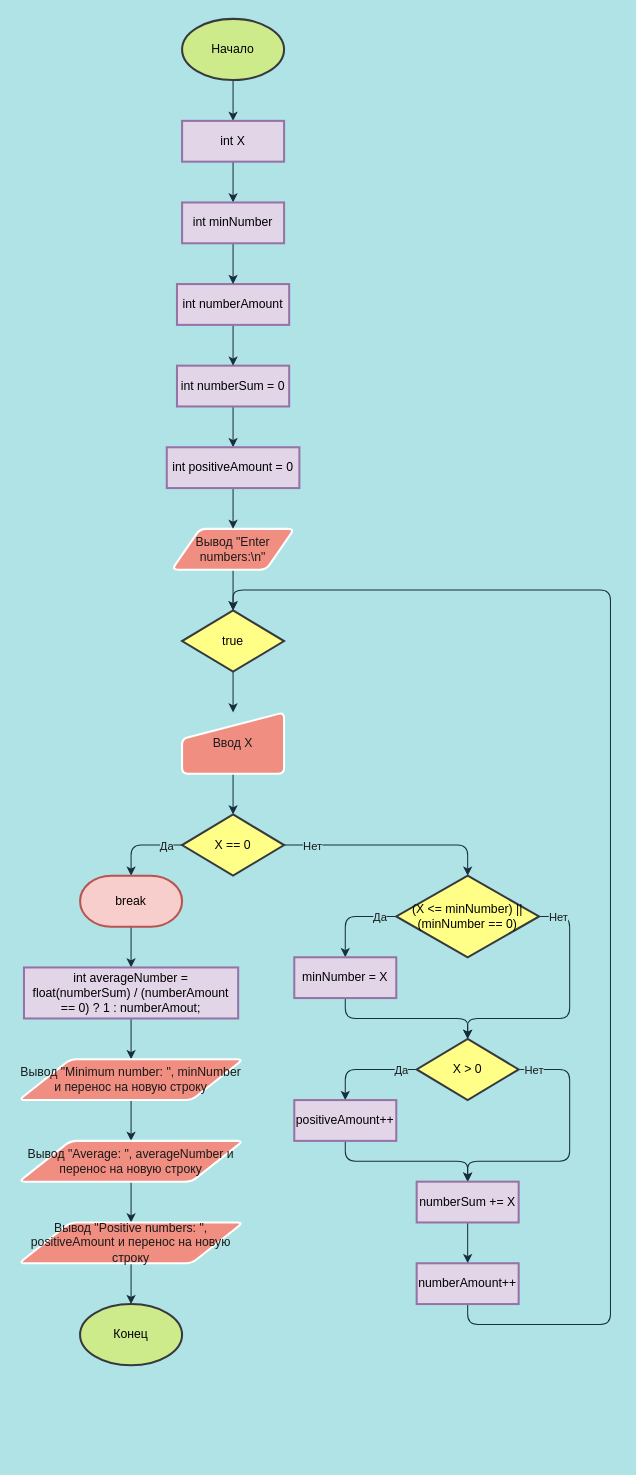
Before: page "Лабораторная работа №2" (2 of 4) of flowcharts_for_labs.drawio in MoonFoxy/Programming_labs, a draw.io diagram. Source tidied: cells renumbered, new cells numbered last; positions are measured from the earlier drawing's top-left corner, leaving out a move shared by most shapes. Both pictures are drawn from the tidied source at 102%, with x=0, y=0 at pixel (18, 18).
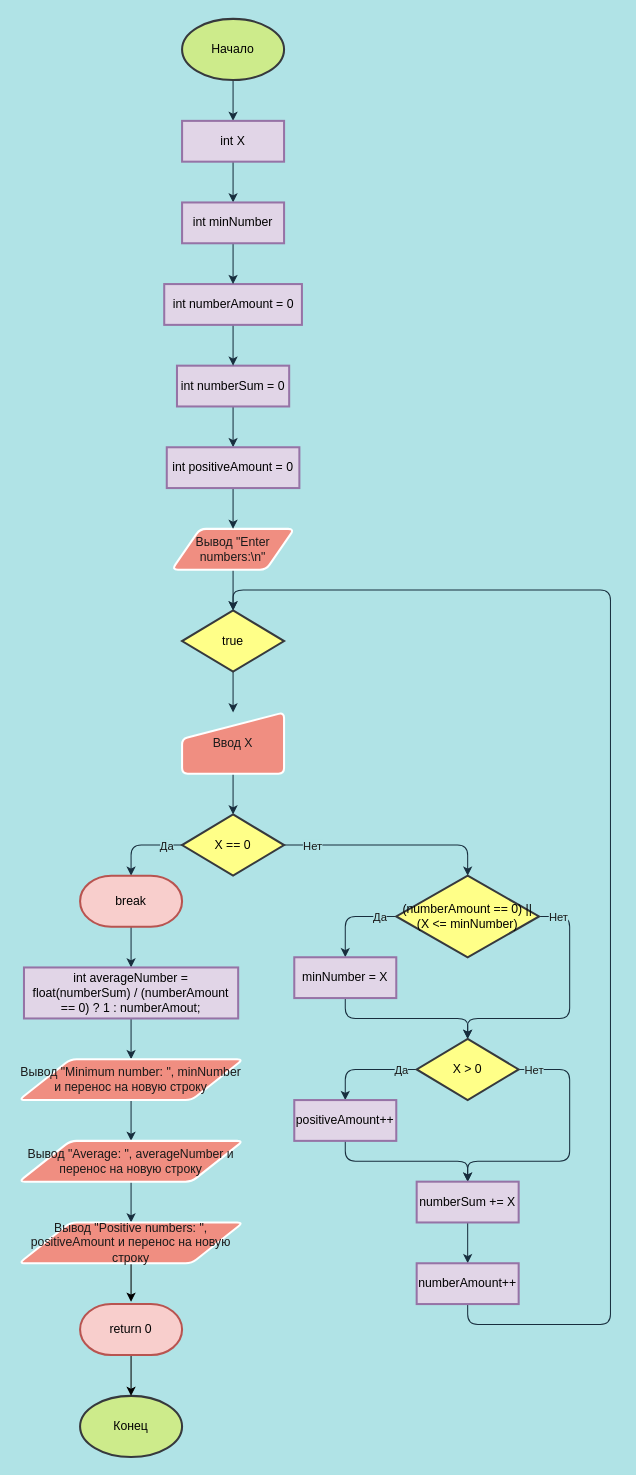
The same diagram, later.

Unchanged cells that the change refers to:
```xml
<mxCell id="34" value="Вывод &quot;Positive numbers: &quot;, positiveAmount и перенос на новую строку" style="shape=parallelogram;html=1;strokeWidth=2;perimeter=parallelogramPerimeter;whiteSpace=wrap;rounded=1;arcSize=12;size=0.23;sketch=0;fillColor=#F08E81;fontColor=#1A1A1A;strokeColor=#FFFFFF;" parent="1" vertex="1">
  <mxGeometry y="1180" width="220" height="40" as="geometry" />
</mxCell>
```

The edit, as a diff of the source:
```diff
@@
-    <mxCell id="11" value="int numberAmount" style="whiteSpace=wrap;html=1;absoluteArcSize=1;arcSize=14;strokeWidth=2;fillColor=#e1d5e7;strokeColor=#9673a6;" parent="1" vertex="1">
-      <mxGeometry x="155" y="260" width="110" height="40" as="geometry" />
+    <mxCell id="11" value="int numberAmount = 0" style="whiteSpace=wrap;html=1;absoluteArcSize=1;arcSize=14;strokeWidth=2;fillColor=#e1d5e7;strokeColor=#9673a6;" parent="1" vertex="1">
+      <mxGeometry x="142.5" y="260" width="135" height="40" as="geometry" />
     </mxCell>
@@
-    <mxCell id="33" style="edgeStyle=orthogonalEdgeStyle;rounded=1;sketch=0;jettySize=auto;html=1;exitX=0.5;exitY=1;exitDx=0;exitDy=0;entryX=0.5;entryY=0;entryDx=0;entryDy=0;entryPerimeter=0;strokeColor=#182E3E;fontColor=#1A1A1A;labelBackgroundColor=#B0E3E6;" parent="1" edge="1" source="34" target="35">
-      <mxGeometry relative="1" as="geometry" />
-    </mxCell>
+    <mxCell id="54" style="edgeStyle=orthogonalEdgeStyle;rounded=1;jettySize=auto;html=1;exitX=0.5;exitY=1;exitDx=0;exitDy=0;entryX=0.5;entryY=-0.044;entryDx=0;entryDy=0;entryPerimeter=0;" parent="1" edge="1" source="34" target="56">
+      <mxGeometry relative="1" as="geometry" />
+    </mxCell>
@@
     <mxCell id="35" value="Конец" style="strokeWidth=2;html=1;shape=mxgraph.flowchart.start_1;whiteSpace=wrap;fillColor=#cdeb8b;strokeColor=#36393d;" parent="1" vertex="1">
-      <mxGeometry x="60" y="1260" width="100" height="60" as="geometry" />
+      <mxGeometry x="60" y="1350" width="100" height="60" as="geometry" />
     </mxCell>
@@
-    <mxCell id="40" value="&lt;font style=&quot;font-size: 12px&quot;&gt;(X &amp;lt;= minNumber) || (minNumber == 0)&lt;/font&gt;" style="strokeWidth=2;html=1;shape=mxgraph.flowchart.decision;whiteSpace=wrap;fillColor=#ffff88;strokeColor=#36393d;" parent="1" vertex="1">
+    <mxCell id="40" value="&lt;font style=&quot;font-size: 12px&quot;&gt;(numberAmount == 0) || (X &amp;lt;= minNumber)&lt;/font&gt;" style="strokeWidth=2;html=1;shape=mxgraph.flowchart.decision;whiteSpace=wrap;fillColor=#ffff88;strokeColor=#36393d;" parent="1" vertex="1">
       <mxGeometry x="370" y="840" width="140" height="80" as="geometry" />
     </mxCell>
@@
+    <mxCell id="55" style="edgeStyle=orthogonalEdgeStyle;rounded=1;jettySize=auto;html=1;exitX=0.5;exitY=1;exitDx=0;exitDy=0;exitPerimeter=0;" parent="1" edge="1" source="56" target="35">
+      <mxGeometry relative="1" as="geometry" />
+    </mxCell>
+    <mxCell id="56" value="return 0" style="strokeWidth=2;html=1;shape=mxgraph.flowchart.terminator;whiteSpace=wrap;rounded=0;sketch=0;fillColor=#f8cecc;strokeColor=#b85450;" parent="1" vertex="1">
+      <mxGeometry x="60" y="1260" width="100" height="50" as="geometry" />
+    </mxCell>
```
